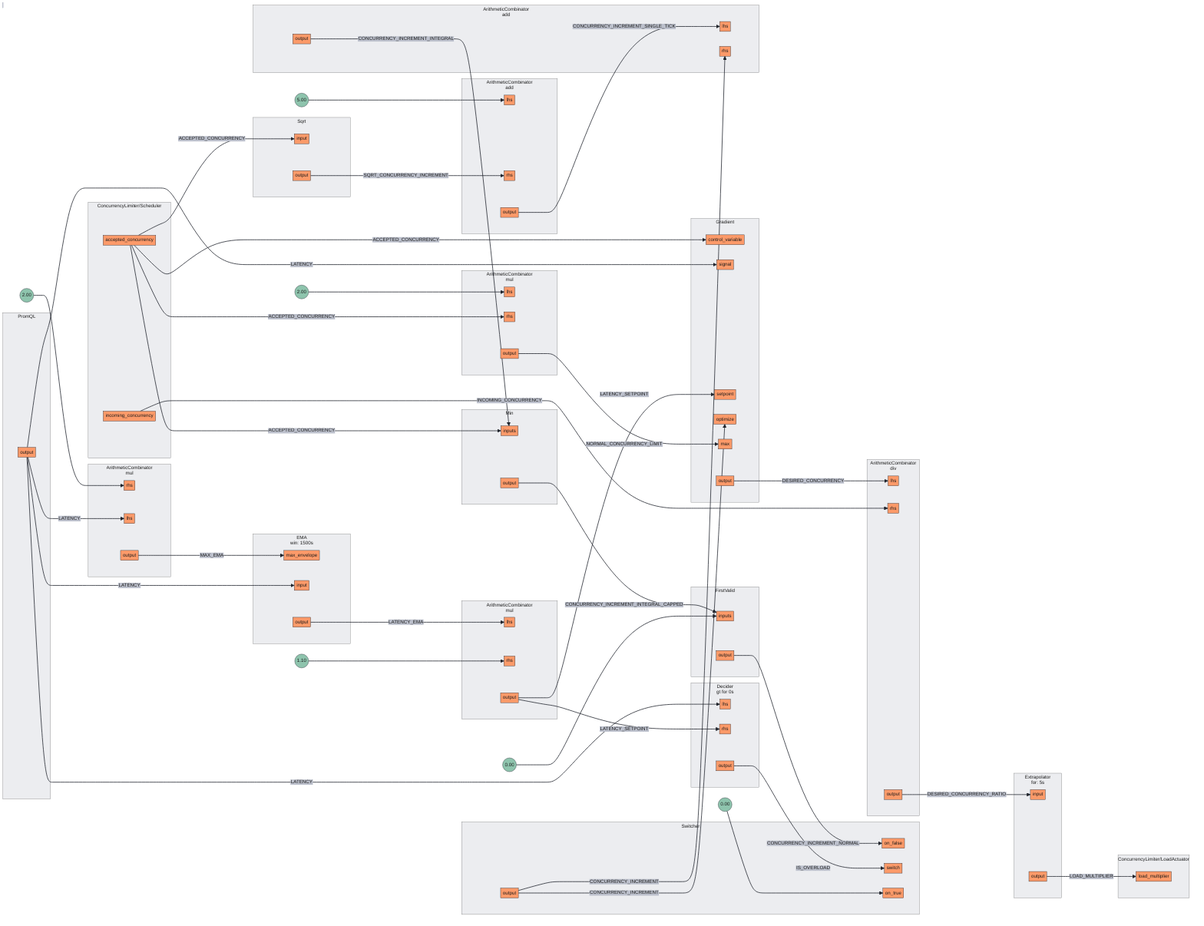
Earlier version of the Mermaid export docs/content/tutorials/flow-control/assets/basic-concurrency-limiting/basic-concurrency-limiting.mmd.png (dataongunlaws/aperture). Its source is kept beside it as docs/content/tutorials/flow-control/assets/basic-concurrency-limiting/basic-concurrency-limiting.mmd.
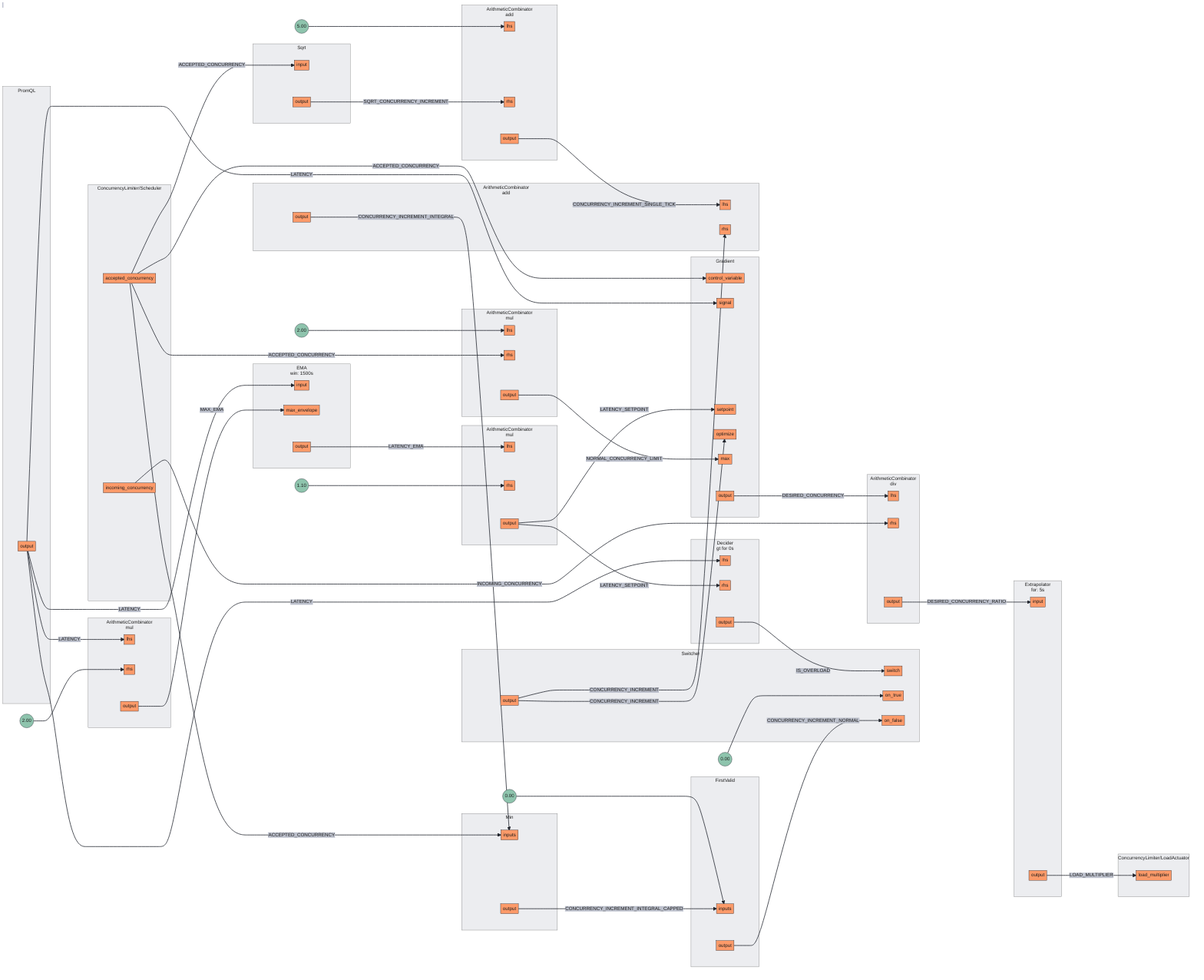
Later version of the same file.

The edit, as a diff of the source:
```diff
@@ -2,8 +2,8 @@
 subgraph 0[<center>ArithmeticCombinator<br/>mul</center>]
 subgraph 0_inports[ ]
 style 0_inports fill:none,stroke:none
+0lhs[lhs]
 0rhs[rhs]
-0lhs[lhs]
 end
 subgraph 0_outports[ ]
 style 0_outports fill:none,stroke:none
@@ -116,8 +116,8 @@
 subgraph 10[<center>EMA<br/>win: 1500s</center>]
 subgraph 10_inports[ ]
 style 10_inports fill:none,stroke:none
+10input[input]
 10max_envelope[max_envelope]
-10input[input]
 end
 subgraph 10_outports[ ]
 style 10_outports fill:none,stroke:none
@@ -151,8 +151,8 @@
 subgraph 13.Scheduler[ConcurrencyLimiter/Scheduler]
 subgraph 13.Scheduler_outports[ ]
 style 13.Scheduler_outports fill:none,stroke:none
+13.Scheduleraccepted_concurrency[accepted_concurrency]
 13.Schedulerincoming_concurrency[incoming_concurrency]
-13.Scheduleraccepted_concurrency[accepted_concurrency]
 end
 end
 subgraph 13.LoadActuator[ConcurrencyLimiter/LoadActuator]
@@ -164,9 +164,9 @@
 subgraph 15[Switcher]
 subgraph 15_inports[ ]
 style 15_inports fill:none,stroke:none
-15on_false[on_false]
 15switch[switch]
 15on_true[on_true]
+15on_false[on_false]
 end
 subgraph 15_outports[ ]
 style 15_outports fill:none,stroke:none
@@ -186,28 +186,28 @@
 14output[output]
 end
 end
-8output --> |SQRT_CONCURRENCY_INCREMENT| 4rhs
+3output --> |NORMAL_CONCURRENCY_LIMIT| 11max
+9output --> |LATENCY| 0lhs
+9output --> |LATENCY| 10input
+9output --> |LATENCY| 11signal
+9output --> |LATENCY| 14lhs
+0output --> |MAX_EMA| 10max_envelope
+11output --> |DESIRED_CONCURRENCY| 2lhs
+14output --> |IS_OVERLOAD| 15switch
+15output --> |CONCURRENCY_INCREMENT| 5rhs
+15output --> |CONCURRENCY_INCREMENT| 11optimize
+4output --> |CONCURRENCY_INCREMENT_SINGLE_TICK| 5lhs
+5output --> |CONCURRENCY_INCREMENT_INTEGRAL| 6inputs
+7output --> |CONCURRENCY_INCREMENT_NORMAL| 15on_false
+10output --> |LATENCY_EMA| 1lhs
+12output --> |LOAD_MULTIPLIER| 13.LoadActuatorload_multiplier
 13.Scheduleraccepted_concurrency --> |ACCEPTED_CONCURRENCY| 3rhs
 13.Scheduleraccepted_concurrency --> |ACCEPTED_CONCURRENCY| 6inputs
 13.Scheduleraccepted_concurrency --> |ACCEPTED_CONCURRENCY| 8input
 13.Scheduleraccepted_concurrency --> |ACCEPTED_CONCURRENCY| 11control_variable
-0output --> |MAX_EMA| 10max_envelope
-4output --> |CONCURRENCY_INCREMENT_SINGLE_TICK| 5lhs
-6output --> |CONCURRENCY_INCREMENT_INTEGRAL_CAPPED| 7inputs
-10output --> |LATENCY_EMA| 1lhs
-14output --> |IS_OVERLOAD| 15switch
-2output --> |DESIRED_CONCURRENCY_RATIO| 12input
-7output --> |CONCURRENCY_INCREMENT_NORMAL| 15on_false
-9output --> |LATENCY| 0lhs
-9output --> |LATENCY| 10input
-9output --> |LATENCY| 11signal
-9output --> |LATENCY| 14lhs
-12output --> |LOAD_MULTIPLIER| 13.LoadActuatorload_multiplier
-15output --> |CONCURRENCY_INCREMENT| 5rhs
-15output --> |CONCURRENCY_INCREMENT| 11optimize
 1output --> |LATENCY_SETPOINT| 11setpoint
 1output --> |LATENCY_SETPOINT| 14rhs
-5output --> |CONCURRENCY_INCREMENT_INTEGRAL| 6inputs
-11output --> |DESIRED_CONCURRENCY| 2lhs
+2output --> |DESIRED_CONCURRENCY_RATIO| 12input
+6output --> |CONCURRENCY_INCREMENT_INTEGRAL_CAPPED| 7inputs
+8output --> |SQRT_CONCURRENCY_INCREMENT| 4rhs
 13.Schedulerincoming_concurrency --> |INCOMING_CONCURRENCY| 2rhs
-3output --> |NORMAL_CONCURRENCY_LIMIT| 11max
```
